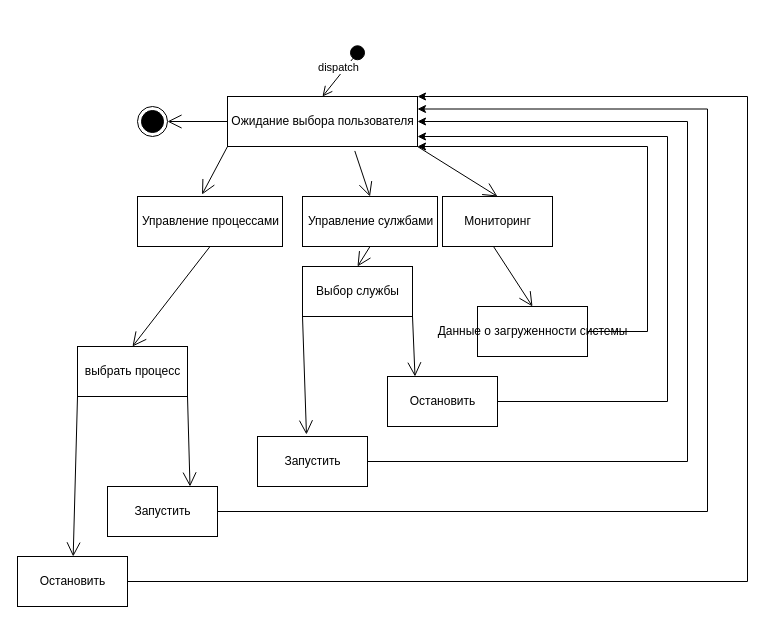
Above: page "Page-1" (1 of 2) of Untitled Diagram.drawio in Da11oS/Proektny-praktikum (draw.io), before the change. Source tidied: cells renumbered, new cells numbered last; positions are measured from the earlier drawing's top-left corner, leaving out a move shared by most shapes. Both pictures are drawn from the tidied source at 100%, with x=0, y=0 at pixel (-213, 46).
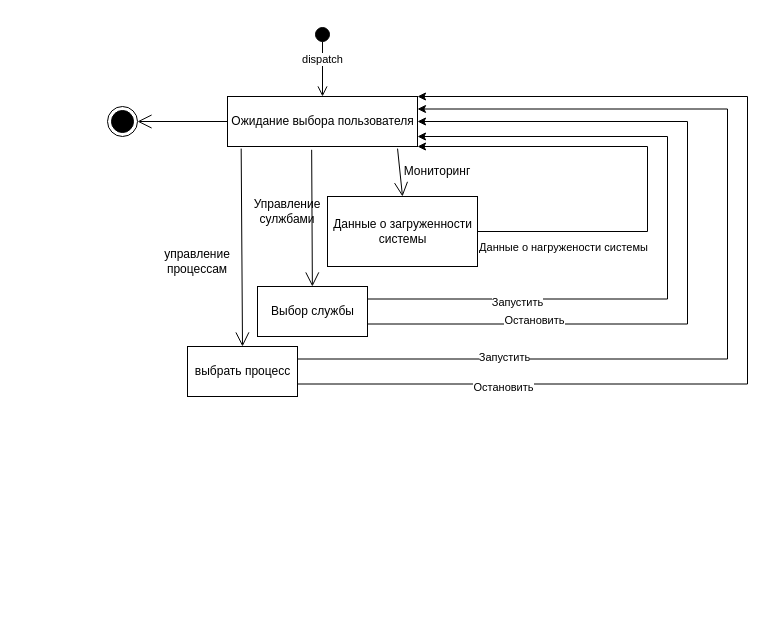
After the change.

The change refers to these unchanged cells:
```xml
<mxCell id="3" value="Ожидание выбора пользователя&lt;br&gt;" style="html=1;" parent="1" vertex="1">
  <mxGeometry x="440" y="50" width="190" height="50" as="geometry" />
</mxCell>
<mxCell id="26" style="edgeStyle=elbowEdgeStyle;elbow=horizontal;endArrow=classic;html=1;rounded=0;exitX=1;exitY=0.5;exitDx=0;exitDy=0;" parent="1" edge="1" source="20">
  <mxGeometry relative="1" as="geometry">
    <mxPoint x="630" y="100" as="targetPoint" />
    <Array as="points">
      <mxPoint x="860" y="200" />
      <mxPoint x="930" y="160" />
    </Array>
  </mxGeometry>
</mxCell>
```

Change to the diagram source:
```diff
@@
     <mxCell id="2" value="dispatch" style="html=1;verticalAlign=bottom;startArrow=circle;startFill=1;endArrow=open;startSize=6;endSize=8;rounded=0;entryX=0.5;entryY=0;entryDx=0;entryDy=0;" parent="1" edge="1" target="3">
       <mxGeometry x="0.2" relative="1" as="geometry">
-        <mxPoint x="575" as="sourcePoint" />
+        <mxPoint x="535" y="-20" as="sourcePoint" />
       </mxGeometry>
     </mxCell>
@@
-    <mxCell id="4" value="Управление процессами" style="html=1;" parent="1" vertex="1">
-      <mxGeometry x="350" y="150" width="145" height="50" as="geometry" />
-    </mxCell>
-    <mxCell id="5" value="Управление сулжбами" style="html=1;" parent="1" vertex="1">
-      <mxGeometry x="515" y="150" width="135" height="50" as="geometry" />
-    </mxCell>
-    <mxCell id="6" value="Мониторинг" style="html=1;" parent="1" vertex="1">
-      <mxGeometry x="655" y="150" width="110" height="50" as="geometry" />
-    </mxCell>
-    <mxCell id="7" style="endArrow=open;endFill=1;endSize=12;html=1;rounded=0;entryX=0.445;entryY=-0.04;entryDx=0;entryDy=0;entryPerimeter=0;exitX=0;exitY=1;exitDx=0;exitDy=0;" parent="1" edge="1" source="3" target="4">
-      <mxGeometry relative="1" as="geometry" />
-    </mxCell>
-    <mxCell id="8" style="endArrow=open;endFill=1;endSize=12;html=1;rounded=0;exitX=0.67;exitY=1.089;exitDx=0;exitDy=0;exitPerimeter=0;entryX=0.5;entryY=0;entryDx=0;entryDy=0;" parent="1" edge="1" source="3" target="5">
-      <mxGeometry relative="1" as="geometry" />
-    </mxCell>
-    <mxCell id="9" style="endArrow=open;endFill=1;endSize=12;html=1;rounded=0;exitX=1;exitY=1;exitDx=0;exitDy=0;entryX=0.5;entryY=0;entryDx=0;entryDy=0;" parent="1" edge="1" source="3" target="6">
-      <mxGeometry relative="1" as="geometry" />
-    </mxCell>
-    <mxCell id="10" value="Запустить" style="html=1;" parent="1" vertex="1">
-      <mxGeometry x="320" y="440" width="110" height="50" as="geometry" />
-    </mxCell>
-    <mxCell id="11" value="Остановить" style="html=1;" parent="1" vertex="1">
-      <mxGeometry x="230" y="510" width="110" height="50" as="geometry" />
-    </mxCell>
     <mxCell id="12" value="выбрать процесс" style="html=1;" parent="1" vertex="1">
-      <mxGeometry x="290" y="300" width="110" height="50" as="geometry" />
+      <mxGeometry x="400" y="300" width="110" height="50" as="geometry" />
     </mxCell>
-    <mxCell id="13" style="endArrow=open;endFill=1;endSize=12;html=1;rounded=0;exitX=0.5;exitY=1;exitDx=0;exitDy=0;entryX=0.5;entryY=0;entryDx=0;entryDy=0;" parent="1" edge="1" source="4" target="12">
+    <mxCell id="13" style="endArrow=open;endFill=1;endSize=12;html=1;rounded=0;exitX=0.072;exitY=1.042;exitDx=0;exitDy=0;entryX=0.5;entryY=0;entryDx=0;entryDy=0;exitPerimeter=0;" parent="1" edge="1" source="3" target="12">
       <mxGeometry relative="1" as="geometry" />
     </mxCell>
-    <mxCell id="14" value="Запустить" style="html=1;" parent="1" vertex="1">
-      <mxGeometry x="470" y="390" width="110" height="50" as="geometry" />
-    </mxCell>
-    <mxCell id="15" value="Остановить" style="html=1;" parent="1" vertex="1">
-      <mxGeometry x="600" y="330" width="110" height="50" as="geometry" />
-    </mxCell>
-    <mxCell id="16" style="endArrow=open;endFill=1;endSize=12;html=1;rounded=0;entryX=0.445;entryY=-0.04;entryDx=0;entryDy=0;entryPerimeter=0;exitX=0;exitY=1;exitDx=0;exitDy=0;" parent="1" edge="1" source="18" target="14">
-      <mxGeometry relative="1" as="geometry" />
-    </mxCell>
-    <mxCell id="17" style="endArrow=open;endFill=1;endSize=12;html=1;rounded=0;exitX=1;exitY=1;exitDx=0;exitDy=0;entryX=0.25;entryY=0;entryDx=0;entryDy=0;" parent="1" edge="1" source="18" target="15">
-      <mxGeometry relative="1" as="geometry" />
-    </mxCell>
     <mxCell id="18" value="Выбор службы" style="html=1;" parent="1" vertex="1">
-      <mxGeometry x="515" y="220" width="110" height="50" as="geometry" />
+      <mxGeometry x="470" y="240" width="110" height="50" as="geometry" />
     </mxCell>
-    <mxCell id="19" style="endArrow=open;endFill=1;endSize=12;html=1;rounded=0;exitX=0.5;exitY=1;exitDx=0;exitDy=0;entryX=0.5;entryY=0;entryDx=0;entryDy=0;" parent="1" edge="1" source="5" target="18">
-      <mxGeometry relative="1" as="geometry" />
-    </mxCell>
-    <mxCell id="20" value="Данные о загруженности системы" style="html=1;" parent="1" vertex="1">
-      <mxGeometry x="690" y="260" width="110" height="50" as="geometry" />
+    <mxCell id="20" value="&lt;div&gt;Данные о загруженности&lt;/div&gt;&lt;div&gt; системы&lt;/div&gt;" style="html=1;" parent="1" vertex="1">
+      <mxGeometry x="540" y="150" width="150" height="70" as="geometry" />
     </mxCell>
-    <mxCell id="21" style="endArrow=open;endFill=1;endSize=12;html=1;rounded=0;exitX=0.645;exitY=1;exitDx=0;exitDy=0;entryX=0.5;entryY=0;entryDx=0;entryDy=0;exitPerimeter=0;" parent="1" edge="1" target="20">
-      <mxGeometry relative="1" as="geometry">
-        <mxPoint x="706" y="200" as="sourcePoint" />
-      </mxGeometry>
+    <mxCell id="21" style="endArrow=open;endFill=1;endSize=12;html=1;rounded=0;exitX=0.895;exitY=1.042;exitDx=0;exitDy=0;entryX=0.5;entryY=0;entryDx=0;entryDy=0;exitPerimeter=0;" parent="1" edge="1" source="3" target="20">
+      <mxGeometry relative="1" as="geometry" />
     </mxCell>
-    <mxCell id="22" style="edgeStyle=elbowEdgeStyle;elbow=horizontal;endArrow=classic;html=1;rounded=0;entryX=1;entryY=0;entryDx=0;entryDy=0;exitX=1;exitY=0.5;exitDx=0;exitDy=0;entryPerimeter=0;" parent="1" edge="1" source="11" target="3">
+    <mxCell id="22" style="edgeStyle=elbowEdgeStyle;elbow=horizontal;endArrow=classic;html=1;rounded=0;entryX=1;entryY=0;entryDx=0;entryDy=0;exitX=1;exitY=0.75;exitDx=0;exitDy=0;entryPerimeter=0;" parent="1" edge="1" source="12" target="3">
       <mxGeometry relative="1" as="geometry">
         <Array as="points">
           <mxPoint x="960" y="130" />
           <mxPoint x="950" y="300" />
           <mxPoint x="120" y="240" />
         </Array>
       </mxGeometry>
     </mxCell>
+    <mxCell id="31" value="&lt;div&gt;Остановить&lt;/div&gt;" style="edgeLabel;html=1;align=center;verticalAlign=middle;" parent="22" vertex="1">
+      <mxGeometry x="-0.56" y="-3" relative="1" as="geometry">
+        <mxPoint x="-30" as="offset" />
+      </mxGeometry>
+    </mxCell>
-    <mxCell id="23" style="edgeStyle=elbowEdgeStyle;elbow=horizontal;endArrow=classic;html=1;rounded=0;entryX=1;entryY=0.25;entryDx=0;entryDy=0;exitX=1;exitY=0.5;exitDx=0;exitDy=0;" parent="1" edge="1" source="10" target="3">
+    <mxCell id="23" style="edgeStyle=elbowEdgeStyle;elbow=horizontal;endArrow=classic;html=1;rounded=0;entryX=1;entryY=0.25;entryDx=0;entryDy=0;exitX=1;exitY=0.25;exitDx=0;exitDy=0;" parent="1" edge="1" source="12" target="3">
       <mxGeometry relative="1" as="geometry">
         <Array as="points">
+          <mxPoint x="940" y="310" />
+          <mxPoint x="940" y="200" />
+          <mxPoint x="750" y="430" />
+          <mxPoint x="910" y="310" />
           <mxPoint x="920" y="280" />
           <mxPoint x="20" y="180" />
         </Array>
       </mxGeometry>
     </mxCell>
+    <mxCell id="32" value="&lt;div&gt;Запустить&lt;/div&gt;" style="edgeLabel;html=1;align=center;verticalAlign=middle;" parent="23" vertex="1">
+      <mxGeometry x="-0.59" y="-5" relative="1" as="geometry">
+        <mxPoint x="3" y="-7" as="offset" />
+      </mxGeometry>
+    </mxCell>
-    <mxCell id="24" style="edgeStyle=elbowEdgeStyle;elbow=horizontal;endArrow=classic;html=1;rounded=0;exitX=1;exitY=0.5;exitDx=0;exitDy=0;entryX=1;entryY=0.5;entryDx=0;entryDy=0;" parent="1" edge="1" source="14" target="3">
+    <mxCell id="24" style="edgeStyle=elbowEdgeStyle;elbow=horizontal;endArrow=classic;html=1;rounded=0;exitX=1;exitY=0.75;exitDx=0;exitDy=0;entryX=1;entryY=0.5;entryDx=0;entryDy=0;" parent="1" edge="1" source="18" target="3">
       <mxGeometry relative="1" as="geometry">
         <Array as="points">
           <mxPoint x="900" y="200" />
           <mxPoint x="950" y="210" />
           <mxPoint y="90" />
           <mxPoint x="10" y="200" />
         </Array>
       </mxGeometry>
     </mxCell>
+    <mxCell id="33" value="&lt;div&gt;Остановить&lt;/div&gt;" style="edgeLabel;html=1;align=center;verticalAlign=middle;" parent="24" vertex="1">
+      <mxGeometry x="-0.58" y="4" relative="1" as="geometry" />
+    </mxCell>
-    <mxCell id="25" style="edgeStyle=elbowEdgeStyle;elbow=horizontal;endArrow=classic;html=1;rounded=0;" parent="1" edge="1" source="15">
+    <mxCell id="25" style="edgeStyle=elbowEdgeStyle;elbow=horizontal;endArrow=classic;html=1;rounded=0;exitX=1;exitY=0.25;exitDx=0;exitDy=0;" parent="1" edge="1" source="18">
       <mxGeometry relative="1" as="geometry">
         <mxPoint x="630" y="90" as="targetPoint" />
         <Array as="points">
           <mxPoint x="880" y="190" />
           <mxPoint x="940" y="190" />
         </Array>
       </mxGeometry>
     </mxCell>
+    <mxCell id="34" value="&lt;div&gt;Запустить&lt;/div&gt;" style="edgeLabel;html=1;align=center;verticalAlign=middle;" parent="25" vertex="1">
+      <mxGeometry x="-0.6" y="-3" relative="1" as="geometry">
+        <mxPoint x="6" as="offset" />
+      </mxGeometry>
+    </mxCell>
@@
-    <mxCell id="27" style="endArrow=open;endFill=1;endSize=12;html=1;rounded=0;exitX=1;exitY=1;exitDx=0;exitDy=0;entryX=0.75;entryY=0;entryDx=0;entryDy=0;" parent="1" edge="1" source="12" target="10">
-      <mxGeometry relative="1" as="geometry" />
-    </mxCell>
-    <mxCell id="28" style="endArrow=open;endFill=1;endSize=12;html=1;rounded=0;exitX=0;exitY=1;exitDx=0;exitDy=0;" parent="1" edge="1" source="12" target="11">
-      <mxGeometry relative="1" as="geometry" />
-    </mxCell>
+    <mxCell id="35" value="&lt;div&gt;Данные о нагружености системы&lt;/div&gt;" style="edgeLabel;html=1;align=center;verticalAlign=middle;" parent="26" vertex="1">
+      <mxGeometry x="-0.56" y="-3" relative="1" as="geometry">
+        <mxPoint x="-22" y="12" as="offset" />
+      </mxGeometry>
+    </mxCell>
@@
     <mxCell id="30" style="ellipse;html=1;shape=endState;fillColor=#000000;strokeColor=#000000;" parent="1" vertex="1">
-      <mxGeometry x="350" y="60" width="30" height="30" as="geometry" />
+      <mxGeometry x="320" y="60" width="30" height="30" as="geometry" />
     </mxCell>
+    <mxCell id="36" value="управление процессам" style="text;html=1;strokeColor=none;fillColor=none;align=center;verticalAlign=middle;whiteSpace=wrap;rounded=0;" parent="1" vertex="1">
+      <mxGeometry x="380" y="200" width="60" height="30" as="geometry" />
+    </mxCell>
+    <mxCell id="5" value="Управление сулжбами" style="text;html=1;strokeColor=none;fillColor=none;align=center;verticalAlign=middle;whiteSpace=wrap;rounded=0;" parent="1" vertex="1">
+      <mxGeometry x="470" y="150" width="60" height="30" as="geometry" />
+    </mxCell>
+    <mxCell id="6" value="Мониторинг" style="text;html=1;strokeColor=none;fillColor=none;align=center;verticalAlign=middle;whiteSpace=wrap;rounded=0;" parent="1" vertex="1">
+      <mxGeometry x="620" y="110" width="60" height="30" as="geometry" />
+    </mxCell>
+    <mxCell id="37" style="endArrow=open;endFill=1;endSize=12;html=1;rounded=0;exitX=0.443;exitY=1.066;exitDx=0;exitDy=0;exitPerimeter=0;" parent="1" edge="1" source="3" target="18">
+      <mxGeometry relative="1" as="geometry" />
+    </mxCell>
```
